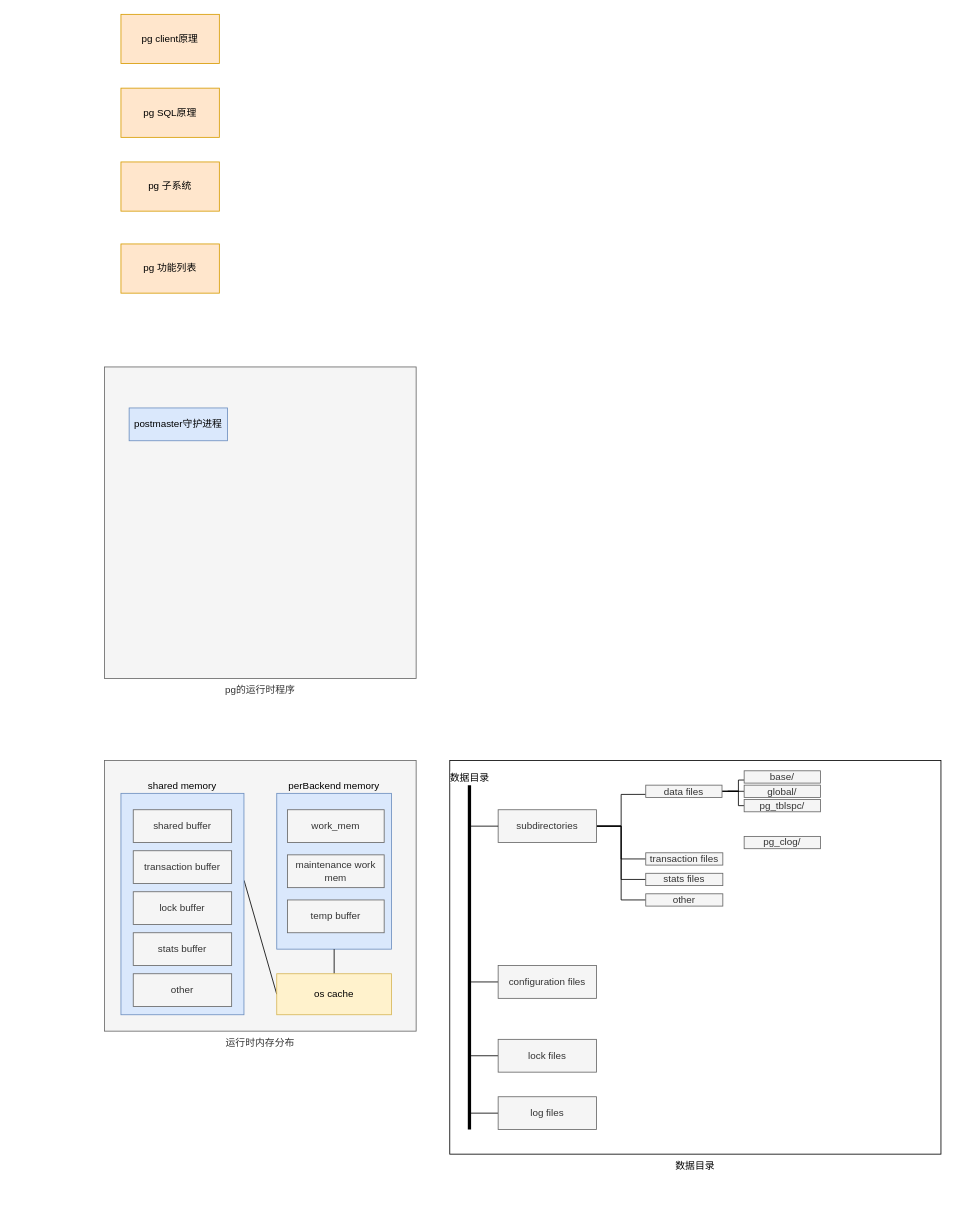
The draw.io diagram pg kernel.drawio in chenlei87/utils, before the edit. Source tidied: cells renumbered, new cells numbered last; positions are measured from the earlier drawing's top-left corner, leaving out a move shared by most shapes. Both pictures are drawn from the tidied source at 82%, with x=0, y=0 at pixel (104, 14).
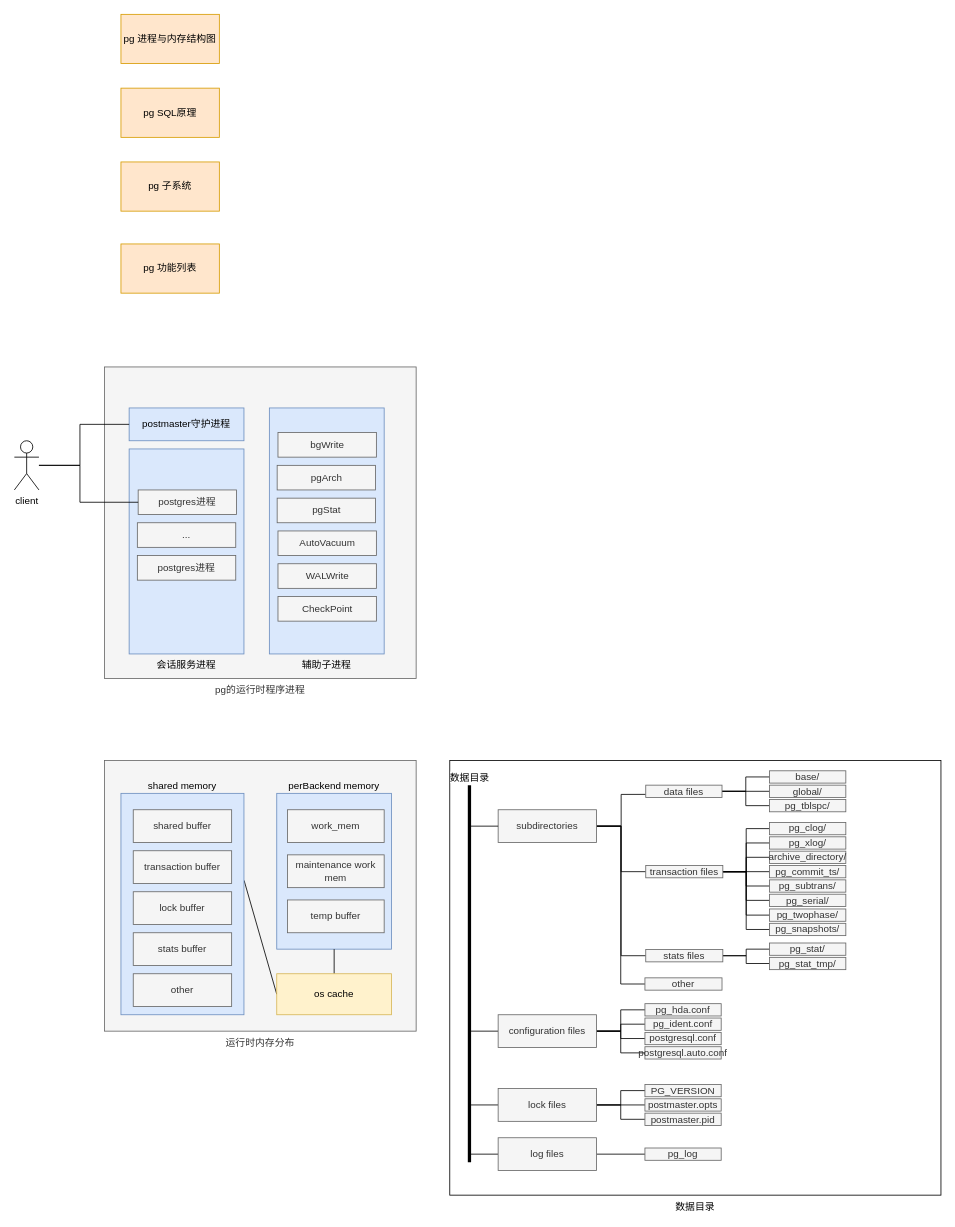
Above is the later version.

Unchanged cells that the change refers to:
```xml
<mxCell id="27" value="subdirectories" style="rounded=0;whiteSpace=wrap;html=1;fillColor=#f5f5f5;strokeColor=#666666;fontColor=#333333;" parent="1" vertex="1">
  <mxGeometry x="480" y="970" width="120" height="40" as="geometry" />
</mxCell>
<mxCell id="39" value="data files" style="rounded=0;whiteSpace=wrap;html=1;fillColor=#f5f5f5;strokeColor=#666666;fontColor=#333333;" parent="1" vertex="1">
  <mxGeometry x="660" y="940" width="93" height="15" as="geometry" />
</mxCell>
```

Change to the diagram source:
```diff
@@
     <mxCell id="2" value="数据目录" style="rounded=0;whiteSpace=wrap;html=1;labelPosition=center;verticalLabelPosition=bottom;align=center;verticalAlign=top;" parent="1" vertex="1">
-      <mxGeometry x="421" y="910" width="599" height="480" as="geometry" />
+      <mxGeometry x="421" y="910" width="599" height="530" as="geometry" />
     </mxCell>
-    <mxCell id="3" value="pg的运行时程序&lt;br&gt;" style="rounded=0;whiteSpace=wrap;html=1;fillColor=#f5f5f5;strokeColor=#666666;labelPosition=center;verticalLabelPosition=bottom;align=center;verticalAlign=top;fontColor=#333333;" parent="1" vertex="1">
+    <mxCell id="3" value="pg的运行时程序进程&lt;br&gt;" style="rounded=0;whiteSpace=wrap;html=1;fillColor=#f5f5f5;strokeColor=#666666;labelPosition=center;verticalLabelPosition=bottom;align=center;verticalAlign=top;fontColor=#333333;" parent="1" vertex="1">
       <mxGeometry y="430" width="380" height="380" as="geometry" />
     </mxCell>
-    <mxCell id="4" value="pg client原理&lt;br&gt;" style="rounded=0;whiteSpace=wrap;html=1;fillColor=#ffe6cc;strokeColor=#d79b00;" parent="1" vertex="1">
+    <mxCell id="4" value="pg 进程与内存结构图&lt;br&gt;" style="rounded=0;whiteSpace=wrap;html=1;fillColor=#ffe6cc;strokeColor=#d79b00;" parent="1" vertex="1">
       <mxGeometry x="20" width="120" height="60" as="geometry" />
     </mxCell>
@@
     <mxCell id="8" value="postmaster守护进程" style="rounded=0;whiteSpace=wrap;html=1;fillColor=#dae8fc;strokeColor=#6c8ebf;" parent="1" vertex="1">
-      <mxGeometry x="30" y="480" width="120" height="40" as="geometry" />
+      <mxGeometry x="30" y="480" width="140" height="40" as="geometry" />
     </mxCell>
@@
     <mxCell id="23" style="edgeStyle=orthogonalEdgeStyle;rounded=0;jettySize=auto;html=1;entryX=0;entryY=0.75;entryDx=0;entryDy=0;endArrow=none;endFill=0;" parent="1" edge="1" source="27" target="39">
-      <mxGeometry relative="1" as="geometry" />
+      <mxGeometry relative="1" as="geometry">
+        <Array as="points">
+          <mxPoint x="630" y="990" />
+          <mxPoint x="630" y="951" />
+        </Array>
+      </mxGeometry>
     </mxCell>
@@
     <mxCell id="25" style="edgeStyle=orthogonalEdgeStyle;rounded=0;jettySize=auto;html=1;endArrow=none;endFill=0;entryX=0;entryY=0.5;entryDx=0;entryDy=0;" parent="1" edge="1" source="27" target="42">
-      <mxGeometry relative="1" as="geometry" />
+      <mxGeometry relative="1" as="geometry">
+        <Array as="points">
+          <mxPoint x="630" y="990" />
+          <mxPoint x="630" y="1148" />
+        </Array>
+      </mxGeometry>
     </mxCell>
@@
     <mxCell id="29" value="数据目录" style="line;strokeWidth=4;direction=south;html=1;perimeter=backbonePerimeter;points=[];outlineConnect=0;labelPosition=center;verticalLabelPosition=top;align=center;verticalAlign=bottom;" parent="1" vertex="1">
-      <mxGeometry x="440" y="940" width="10" height="420" as="geometry" />
+      <mxGeometry x="440" y="940" width="10" height="460" as="geometry" />
     </mxCell>
@@
+    <mxCell id="47" style="edgeStyle=orthogonalEdgeStyle;rounded=0;jettySize=auto;html=1;entryX=0;entryY=0.5;entryDx=0;entryDy=0;endArrow=none;endFill=0;" parent="1" edge="1" source="31" target="74">
+      <mxGeometry relative="1" as="geometry" />
+    </mxCell>
+    <mxCell id="48" style="edgeStyle=orthogonalEdgeStyle;rounded=0;jettySize=auto;html=1;entryX=0;entryY=0.5;entryDx=0;entryDy=0;endArrow=none;endFill=0;" parent="1" edge="1" source="31" target="75">
+      <mxGeometry relative="1" as="geometry" />
+    </mxCell>
+    <mxCell id="49" style="edgeStyle=orthogonalEdgeStyle;rounded=0;jettySize=auto;html=1;entryX=0;entryY=0.5;entryDx=0;entryDy=0;endArrow=none;endFill=0;" parent="1" edge="1" source="31" target="76">
+      <mxGeometry relative="1" as="geometry" />
+    </mxCell>
+    <mxCell id="50" style="edgeStyle=orthogonalEdgeStyle;rounded=0;jettySize=auto;html=1;entryX=0;entryY=0.5;entryDx=0;entryDy=0;endArrow=none;endFill=0;" parent="1" edge="1" source="31" target="77">
+      <mxGeometry relative="1" as="geometry" />
+    </mxCell>
     <mxCell id="31" value="configuration files" style="rounded=0;whiteSpace=wrap;html=1;fillColor=#f5f5f5;strokeColor=#666666;fontColor=#333333;" parent="1" vertex="1">
-      <mxGeometry x="480" y="1160" width="120" height="40" as="geometry" />
+      <mxGeometry x="480" y="1220" width="120" height="40" as="geometry" />
     </mxCell>
@@
+    <mxCell id="51" style="edgeStyle=orthogonalEdgeStyle;rounded=0;jettySize=auto;html=1;entryX=0;entryY=0.5;entryDx=0;entryDy=0;endArrow=none;endFill=0;" parent="1" edge="1" source="33" target="78">
+      <mxGeometry relative="1" as="geometry" />
+    </mxCell>
+    <mxCell id="52" style="edgeStyle=orthogonalEdgeStyle;rounded=0;jettySize=auto;html=1;entryX=0;entryY=0.5;entryDx=0;entryDy=0;endArrow=none;endFill=0;" parent="1" edge="1" source="33" target="79">
+      <mxGeometry relative="1" as="geometry" />
+    </mxCell>
+    <mxCell id="53" style="edgeStyle=orthogonalEdgeStyle;rounded=0;jettySize=auto;html=1;entryX=0;entryY=0.5;entryDx=0;entryDy=0;endArrow=none;endFill=0;" parent="1" edge="1" source="33" target="80">
+      <mxGeometry relative="1" as="geometry" />
+    </mxCell>
     <mxCell id="33" value="lock files" style="rounded=0;whiteSpace=wrap;html=1;fillColor=#f5f5f5;strokeColor=#666666;fontColor=#333333;" parent="1" vertex="1">
-      <mxGeometry x="480" y="1250" width="120" height="40" as="geometry" />
+      <mxGeometry x="480" y="1310" width="120" height="40" as="geometry" />
     </mxCell>
@@
+    <mxCell id="54" style="edgeStyle=orthogonalEdgeStyle;rounded=0;jettySize=auto;html=1;entryX=0;entryY=0.5;entryDx=0;entryDy=0;endArrow=none;endFill=0;" parent="1" edge="1" source="35" target="81">
+      <mxGeometry relative="1" as="geometry" />
+    </mxCell>
     <mxCell id="35" value="log files" style="rounded=0;whiteSpace=wrap;html=1;fillColor=#f5f5f5;strokeColor=#666666;fontColor=#333333;" parent="1" vertex="1">
-      <mxGeometry x="480" y="1320" width="120" height="40" as="geometry" />
+      <mxGeometry x="480" y="1370" width="120" height="40" as="geometry" />
     </mxCell>
-    <mxCell id="36" style="edgeStyle=orthogonalEdgeStyle;rounded=0;jettySize=auto;html=1;endArrow=none;endFill=0;entryX=0;entryY=0.75;entryDx=0;entryDy=0;" parent="1" edge="1" source="39" target="40">
+    <mxCell id="36" style="edgeStyle=orthogonalEdgeStyle;rounded=0;jettySize=auto;html=1;entryX=0;entryY=0.5;entryDx=0;entryDy=0;endArrow=none;endFill=0;" parent="1" edge="1" source="39" target="40">
       <mxGeometry relative="1" as="geometry" />
     </mxCell>
@@
     <mxCell id="40" value="base/" style="rounded=0;whiteSpace=wrap;html=1;fillColor=#f5f5f5;strokeColor=#666666;fontColor=#333333;" parent="1" vertex="1">
-      <mxGeometry x="780" y="922.5" width="93" height="15" as="geometry" />
+      <mxGeometry x="811" y="922.5" width="93" height="15" as="geometry" />
     </mxCell>
+    <mxCell id="55" style="edgeStyle=orthogonalEdgeStyle;rounded=0;jettySize=auto;html=1;entryX=0;entryY=0.5;entryDx=0;entryDy=0;endArrow=none;endFill=0;" parent="1" edge="1" source="41" target="46">
+      <mxGeometry relative="1" as="geometry" />
+    </mxCell>
+    <mxCell id="56" style="edgeStyle=orthogonalEdgeStyle;rounded=0;jettySize=auto;html=1;entryX=0;entryY=0.5;entryDx=0;entryDy=0;endArrow=none;endFill=0;" parent="1" edge="1" source="41" target="65">
+      <mxGeometry relative="1" as="geometry" />
+    </mxCell>
+    <mxCell id="57" style="edgeStyle=orthogonalEdgeStyle;rounded=0;jettySize=auto;html=1;entryX=0;entryY=0.5;entryDx=0;entryDy=0;endArrow=none;endFill=0;" parent="1" edge="1" source="41" target="66">
+      <mxGeometry relative="1" as="geometry" />
+    </mxCell>
+    <mxCell id="58" style="edgeStyle=orthogonalEdgeStyle;rounded=0;jettySize=auto;html=1;entryX=0;entryY=0.5;entryDx=0;entryDy=0;endArrow=none;endFill=0;" parent="1" edge="1" source="41" target="68">
+      <mxGeometry relative="1" as="geometry" />
+    </mxCell>
+    <mxCell id="59" style="edgeStyle=orthogonalEdgeStyle;rounded=0;jettySize=auto;html=1;entryX=0;entryY=0.5;entryDx=0;entryDy=0;endArrow=none;endFill=0;" parent="1" edge="1" source="41" target="69">
+      <mxGeometry relative="1" as="geometry" />
+    </mxCell>
+    <mxCell id="60" style="edgeStyle=orthogonalEdgeStyle;rounded=0;jettySize=auto;html=1;entryX=0;entryY=0.5;entryDx=0;entryDy=0;endArrow=none;endFill=0;" parent="1" edge="1" source="41" target="67">
+      <mxGeometry relative="1" as="geometry" />
+    </mxCell>
+    <mxCell id="61" style="edgeStyle=orthogonalEdgeStyle;rounded=0;jettySize=auto;html=1;entryX=0;entryY=0.5;entryDx=0;entryDy=0;endArrow=none;endFill=0;" parent="1" edge="1" source="41" target="70">
+      <mxGeometry relative="1" as="geometry" />
+    </mxCell>
+    <mxCell id="62" style="edgeStyle=orthogonalEdgeStyle;rounded=0;jettySize=auto;html=1;entryX=0;entryY=0.5;entryDx=0;entryDy=0;endArrow=none;endFill=0;" parent="1" edge="1" source="41" target="71">
+      <mxGeometry relative="1" as="geometry" />
+    </mxCell>
     <mxCell id="41" value="transaction files" style="rounded=0;whiteSpace=wrap;html=1;fillColor=#f5f5f5;strokeColor=#666666;fontColor=#333333;" parent="1" vertex="1">
-      <mxGeometry x="660" y="1022.5" width="94" height="15" as="geometry" />
+      <mxGeometry x="660" y="1038" width="94" height="15" as="geometry" />
     </mxCell>
+    <mxCell id="63" style="edgeStyle=orthogonalEdgeStyle;rounded=0;jettySize=auto;html=1;endArrow=none;endFill=0;" parent="1" edge="1" source="42" target="72">
+      <mxGeometry relative="1" as="geometry" />
+    </mxCell>
+    <mxCell id="64" style="edgeStyle=orthogonalEdgeStyle;rounded=0;jettySize=auto;html=1;entryX=0;entryY=0.5;entryDx=0;entryDy=0;endArrow=none;endFill=0;" parent="1" edge="1" source="42" target="73">
+      <mxGeometry relative="1" as="geometry" />
+    </mxCell>
     <mxCell id="42" value="stats files" style="rounded=0;whiteSpace=wrap;html=1;fillColor=#f5f5f5;strokeColor=#666666;fontColor=#333333;" parent="1" vertex="1">
-      <mxGeometry x="660" y="1047.5" width="94" height="15" as="geometry" />
+      <mxGeometry x="660" y="1140.5" width="94" height="15" as="geometry" />
     </mxCell>
     <mxCell id="43" value="other" style="rounded=0;whiteSpace=wrap;html=1;fillColor=#f5f5f5;strokeColor=#666666;fontColor=#333333;" parent="1" vertex="1">
-      <mxGeometry x="660" y="1072.5" width="94" height="15" as="geometry" />
+      <mxGeometry x="659" y="1175" width="94" height="15" as="geometry" />
     </mxCell>
     <mxCell id="44" value="global/" style="rounded=0;whiteSpace=wrap;html=1;fillColor=#f5f5f5;strokeColor=#666666;fontColor=#333333;" parent="1" vertex="1">
-      <mxGeometry x="780" y="940" width="93" height="15" as="geometry" />
+      <mxGeometry x="811" y="940" width="93" height="15" as="geometry" />
     </mxCell>
     <mxCell id="45" value="pg_tblspc/" style="rounded=0;whiteSpace=wrap;html=1;fillColor=#f5f5f5;strokeColor=#666666;fontColor=#333333;" parent="1" vertex="1">
-      <mxGeometry x="780" y="957.5" width="93" height="15" as="geometry" />
+      <mxGeometry x="811" y="957.5" width="93" height="15" as="geometry" />
     </mxCell>
     <mxCell id="46" value="pg_clog/" style="rounded=0;whiteSpace=wrap;html=1;fillColor=#f5f5f5;strokeColor=#666666;fontColor=#333333;" parent="1" vertex="1">
-      <mxGeometry x="780" y="1002.5" width="93" height="15" as="geometry" />
+      <mxGeometry x="811" y="985.5" width="93" height="15" as="geometry" />
     </mxCell>
+    <mxCell id="65" value="pg_xlog/" style="rounded=0;whiteSpace=wrap;html=1;fillColor=#f5f5f5;strokeColor=#666666;fontColor=#333333;" parent="1" vertex="1">
+      <mxGeometry x="811" y="1003" width="93" height="15" as="geometry" />
+    </mxCell>
+    <mxCell id="66" value="archive_directory/" style="rounded=0;whiteSpace=wrap;html=1;fillColor=#f5f5f5;strokeColor=#666666;fontColor=#333333;" parent="1" vertex="1">
+      <mxGeometry x="811" y="1020.5" width="93" height="15" as="geometry" />
+    </mxCell>
+    <mxCell id="67" value="pg_serial/" style="rounded=0;whiteSpace=wrap;html=1;fillColor=#f5f5f5;strokeColor=#666666;fontColor=#333333;" parent="1" vertex="1">
+      <mxGeometry x="811" y="1073" width="93" height="15" as="geometry" />
+    </mxCell>
+    <mxCell id="68" value="pg_commit_ts/" style="rounded=0;whiteSpace=wrap;html=1;fillColor=#f5f5f5;strokeColor=#666666;fontColor=#333333;" parent="1" vertex="1">
+      <mxGeometry x="811" y="1038" width="93" height="15" as="geometry" />
+    </mxCell>
+    <mxCell id="69" value="pg_subtrans/" style="rounded=0;whiteSpace=wrap;html=1;fillColor=#f5f5f5;strokeColor=#666666;fontColor=#333333;" parent="1" vertex="1">
+      <mxGeometry x="811" y="1055.5" width="93" height="15" as="geometry" />
+    </mxCell>
+    <mxCell id="70" value="pg_twophase/" style="rounded=0;whiteSpace=wrap;html=1;fillColor=#f5f5f5;strokeColor=#666666;fontColor=#333333;" parent="1" vertex="1">
+      <mxGeometry x="811" y="1091" width="93" height="15" as="geometry" />
+    </mxCell>
+    <mxCell id="71" value="pg_snapshots/" style="rounded=0;whiteSpace=wrap;html=1;fillColor=#f5f5f5;strokeColor=#666666;fontColor=#333333;" parent="1" vertex="1">
+      <mxGeometry x="811" y="1108.5" width="93" height="15" as="geometry" />
+    </mxCell>
+    <mxCell id="72" value="pg_stat/" style="rounded=0;whiteSpace=wrap;html=1;fillColor=#f5f5f5;strokeColor=#666666;fontColor=#333333;" parent="1" vertex="1">
+      <mxGeometry x="811" y="1132.5" width="93" height="15" as="geometry" />
+    </mxCell>
+    <mxCell id="73" value="pg_stat_tmp/" style="rounded=0;whiteSpace=wrap;html=1;fillColor=#f5f5f5;strokeColor=#666666;fontColor=#333333;" parent="1" vertex="1">
+      <mxGeometry x="811" y="1150" width="93" height="15" as="geometry" />
+    </mxCell>
+    <mxCell id="74" value="pg_hda.conf" style="rounded=0;whiteSpace=wrap;html=1;fillColor=#f5f5f5;strokeColor=#666666;fontColor=#333333;" parent="1" vertex="1">
+      <mxGeometry x="659" y="1206.5" width="93" height="15" as="geometry" />
+    </mxCell>
+    <mxCell id="75" value="pg_ident.conf" style="rounded=0;whiteSpace=wrap;html=1;fillColor=#f5f5f5;strokeColor=#666666;fontColor=#333333;" parent="1" vertex="1">
+      <mxGeometry x="659" y="1224" width="93" height="15" as="geometry" />
+    </mxCell>
+    <mxCell id="76" value="postgresql.conf" style="rounded=0;whiteSpace=wrap;html=1;fillColor=#f5f5f5;strokeColor=#666666;fontColor=#333333;" parent="1" vertex="1">
+      <mxGeometry x="659" y="1241.5" width="93" height="15" as="geometry" />
+    </mxCell>
+    <mxCell id="77" value="postgresql.auto.conf" style="rounded=0;whiteSpace=wrap;html=1;fillColor=#f5f5f5;strokeColor=#666666;fontColor=#333333;" parent="1" vertex="1">
+      <mxGeometry x="659" y="1259" width="93" height="15" as="geometry" />
+    </mxCell>
+    <mxCell id="78" value="PG_VERSION" style="rounded=0;whiteSpace=wrap;html=1;fillColor=#f5f5f5;strokeColor=#666666;fontColor=#333333;" parent="1" vertex="1">
+      <mxGeometry x="659" y="1305" width="93" height="15" as="geometry" />
+    </mxCell>
+    <mxCell id="79" value="postmaster.opts" style="rounded=0;whiteSpace=wrap;html=1;fillColor=#f5f5f5;strokeColor=#666666;fontColor=#333333;" parent="1" vertex="1">
+      <mxGeometry x="659" y="1322.5" width="93" height="15" as="geometry" />
+    </mxCell>
+    <mxCell id="80" value="postmaster.pid" style="rounded=0;whiteSpace=wrap;html=1;fillColor=#f5f5f5;strokeColor=#666666;fontColor=#333333;" parent="1" vertex="1">
+      <mxGeometry x="659" y="1340" width="93" height="15" as="geometry" />
+    </mxCell>
+    <mxCell id="81" value="pg_log" style="rounded=0;whiteSpace=wrap;html=1;fillColor=#f5f5f5;strokeColor=#666666;fontColor=#333333;" parent="1" vertex="1">
+      <mxGeometry x="659" y="1382.5" width="93" height="15" as="geometry" />
+    </mxCell>
+    <mxCell id="82" value="会话服务进程" style="rounded=0;whiteSpace=wrap;html=1;fillColor=#dae8fc;strokeColor=#6c8ebf;labelPosition=center;verticalLabelPosition=bottom;align=center;verticalAlign=top;" parent="1" vertex="1">
+      <mxGeometry x="30" y="530" width="140" height="250" as="geometry" />
+    </mxCell>
+    <mxCell id="83" value="辅助子进程" style="rounded=0;whiteSpace=wrap;html=1;fillColor=#dae8fc;strokeColor=#6c8ebf;labelPosition=center;verticalLabelPosition=bottom;align=center;verticalAlign=top;" parent="1" vertex="1">
+      <mxGeometry x="201" y="480" width="140" height="300" as="geometry" />
+    </mxCell>
+    <mxCell id="84" value="bgWrite" style="rounded=0;whiteSpace=wrap;html=1;fillColor=#f5f5f5;strokeColor=#666666;fontColor=#333333;" parent="1" vertex="1">
+      <mxGeometry x="211.5" y="510" width="120" height="30" as="geometry" />
+    </mxCell>
+    <mxCell id="85" value="pgArch" style="rounded=0;whiteSpace=wrap;html=1;fillColor=#f5f5f5;strokeColor=#666666;fontColor=#333333;" parent="1" vertex="1">
+      <mxGeometry x="210.5" y="550" width="120" height="30" as="geometry" />
+    </mxCell>
+    <mxCell id="86" value="pgStat" style="rounded=0;whiteSpace=wrap;html=1;fillColor=#f5f5f5;strokeColor=#666666;fontColor=#333333;" parent="1" vertex="1">
+      <mxGeometry x="210.5" y="590" width="120" height="30" as="geometry" />
+    </mxCell>
+    <mxCell id="87" value="CheckPoint" style="rounded=0;whiteSpace=wrap;html=1;fillColor=#f5f5f5;strokeColor=#666666;fontColor=#333333;" parent="1" vertex="1">
+      <mxGeometry x="211.5" y="710" width="120" height="30" as="geometry" />
+    </mxCell>
+    <mxCell id="88" value="AutoVacuum" style="rounded=0;whiteSpace=wrap;html=1;fillColor=#f5f5f5;strokeColor=#666666;fontColor=#333333;" parent="1" vertex="1">
+      <mxGeometry x="211.5" y="630" width="120" height="30" as="geometry" />
+    </mxCell>
+    <mxCell id="89" value="WALWrite" style="rounded=0;whiteSpace=wrap;html=1;fillColor=#f5f5f5;strokeColor=#666666;fontColor=#333333;" parent="1" vertex="1">
+      <mxGeometry x="211.5" y="670" width="120" height="30" as="geometry" />
+    </mxCell>
+    <mxCell id="90" value="postgres进程" style="rounded=0;whiteSpace=wrap;html=1;fillColor=#f5f5f5;strokeColor=#666666;fontColor=#333333;" parent="1" vertex="1">
+      <mxGeometry x="41" y="580" width="120" height="30" as="geometry" />
+    </mxCell>
+    <mxCell id="91" value="..." style="rounded=0;whiteSpace=wrap;html=1;fillColor=#f5f5f5;strokeColor=#666666;fontColor=#333333;" parent="1" vertex="1">
+      <mxGeometry x="40" y="620" width="120" height="30" as="geometry" />
+    </mxCell>
+    <mxCell id="92" value="postgres进程" style="rounded=0;whiteSpace=wrap;html=1;fillColor=#f5f5f5;strokeColor=#666666;fontColor=#333333;" parent="1" vertex="1">
+      <mxGeometry x="40" y="660" width="120" height="30" as="geometry" />
+    </mxCell>
+    <mxCell id="93" style="edgeStyle=orthogonalEdgeStyle;rounded=0;jettySize=auto;html=1;endArrow=none;endFill=0;" parent="1" edge="1" source="95" target="8">
+      <mxGeometry relative="1" as="geometry">
+        <Array as="points">
+          <mxPoint x="-30" y="550" />
+          <mxPoint x="-30" y="500" />
+        </Array>
+      </mxGeometry>
+    </mxCell>
+    <mxCell id="94" style="edgeStyle=orthogonalEdgeStyle;rounded=0;jettySize=auto;html=1;entryX=0;entryY=0.5;entryDx=0;entryDy=0;endArrow=none;endFill=0;" parent="1" edge="1" source="95" target="90">
+      <mxGeometry relative="1" as="geometry">
+        <Array as="points">
+          <mxPoint x="-30" y="550" />
+          <mxPoint x="-30" y="595" />
+        </Array>
+      </mxGeometry>
+    </mxCell>
+    <mxCell id="95" value="client" style="shape=umlActor;verticalLabelPosition=bottom;labelBackgroundColor=#ffffff;verticalAlign=top;html=1;" parent="1" vertex="1">
+      <mxGeometry x="-110" y="520" width="30" height="60" as="geometry" />
+    </mxCell>
```
